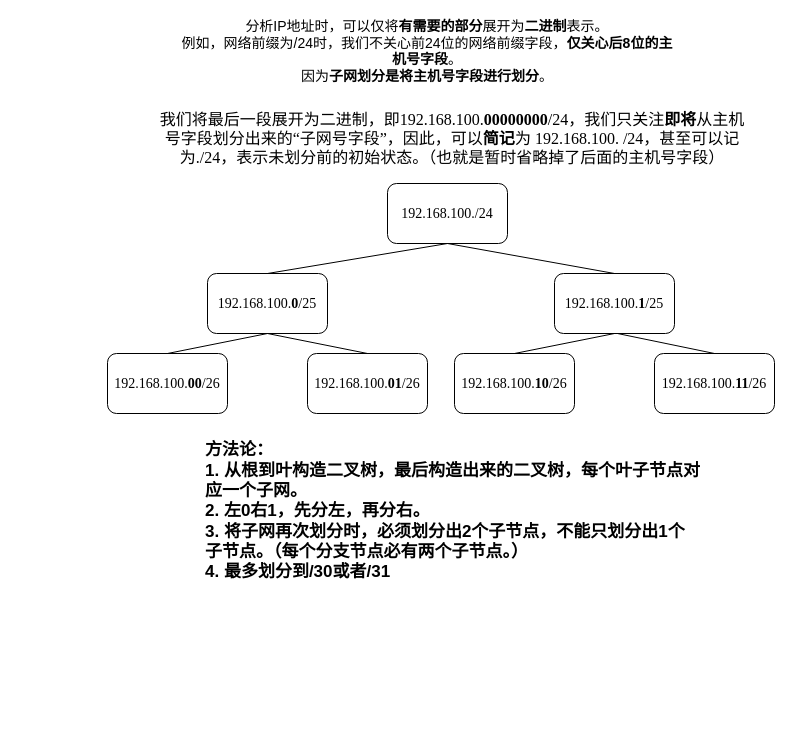
Above: 绘图/变长掩码子网划分.drawio in galaxynn/PostgraduateEntranceExams (draw.io), before the change. Source tidied: cells renumbered, new cells numbered last; positions are measured from the earlier drawing's top-left corner, leaving out a move shared by most shapes. Both pictures are drawn from the tidied source at 100%, with x=0, y=0 at pixel (107, 23).
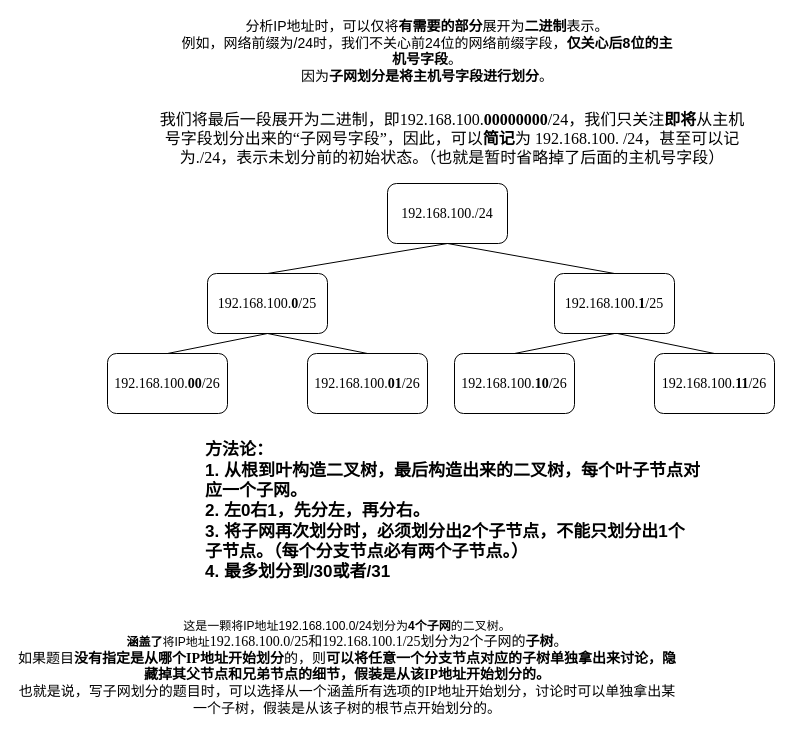
After the change.

Commit message:
vault backup: 2026-09-27 18:59:29

What changed in the source:
```diff
@@
 <mxGraphModel>
   <root>
     <mxCell id="0" />
     <mxCell id="1" parent="0" />
     <mxCell id="2" value="&lt;font face=&quot;Times New Roman&quot;&gt;192.168.100./24&lt;/font&gt;" style="rounded=1;whiteSpace=wrap;html=1;fontSize=14;fontFamily=Helvetica;" parent="1" vertex="1">
       <mxGeometry x="280" y="160" width="120" height="60" as="geometry" />
     </mxCell>
     <mxCell id="3" value="&lt;font face=&quot;Times New Roman&quot;&gt;192.168.100.&lt;b&gt;0&lt;/b&gt;/25&lt;/font&gt;" style="rounded=1;whiteSpace=wrap;html=1;fontSize=14;fontFamily=Helvetica;" parent="1" vertex="1">
       <mxGeometry x="100" y="250" width="120" height="60" as="geometry" />
     </mxCell>
     <mxCell id="4" value="&lt;font style=&quot;font-size: 14px;&quot;&gt;分析IP地址时，可以仅将&lt;b style=&quot;&quot;&gt;有需要的部分&lt;/b&gt;展开为&lt;b style=&quot;&quot;&gt;二进制&lt;/b&gt;表示。&lt;br&gt;例如，网络前缀为/24时，我们不关心前24位的网络前缀字段，&lt;b style=&quot;&quot;&gt;仅关心后8位的主机号字段&lt;/b&gt;。&lt;br&gt;因为&lt;b style=&quot;&quot;&gt;子网划分是将主机号字段进行划分&lt;/b&gt;。&lt;/font&gt;&lt;div&gt;&lt;br&gt;&lt;/div&gt;" style="text;html=1;align=center;verticalAlign=middle;whiteSpace=wrap;rounded=0;" parent="1" vertex="1">
       <mxGeometry x="70" width="500" height="70" as="geometry" />
     </mxCell>
     <mxCell id="5" value="&lt;span style=&quot;font-family: &amp;quot;Times New Roman&amp;quot;;&quot;&gt;&lt;font style=&quot;font-size: 16px;&quot;&gt;我们将最后一段展开为二进制，即192.168.100.&lt;b style=&quot;&quot;&gt;00000000&lt;/b&gt;/24，我们只关注&lt;b&gt;即将&lt;/b&gt;从主机号字段划分出来的“子网号字段”，因此，可以&lt;b&gt;简记&lt;/b&gt;为 192.168.100.&lt;b style=&quot;&quot;&gt; &lt;/b&gt;/24，甚至可以记为./24，表示未划分前的初始状态。（也就是暂时省略掉了后面的主机号字段）&lt;/font&gt;&lt;/span&gt;" style="text;html=1;align=center;verticalAlign=middle;whiteSpace=wrap;rounded=0;" parent="1" vertex="1">
       <mxGeometry x="50" y="90" width="590" height="50" as="geometry" />
     </mxCell>
     <mxCell id="6" value="&lt;font face=&quot;Times New Roman&quot;&gt;192.168.100.&lt;b&gt;00&lt;/b&gt;/26&lt;/font&gt;" style="rounded=1;whiteSpace=wrap;html=1;fontSize=14;fontFamily=Helvetica;" parent="1" vertex="1">
       <mxGeometry y="330" width="120" height="60" as="geometry" />
     </mxCell>
     <mxCell id="7" value="&lt;font face=&quot;Times New Roman&quot;&gt;192.168.100.&lt;b&gt;01&lt;/b&gt;/26&lt;/font&gt;" style="rounded=1;whiteSpace=wrap;html=1;fontSize=14;fontFamily=Helvetica;" parent="1" vertex="1">
       <mxGeometry x="200" y="330" width="120" height="60" as="geometry" />
     </mxCell>
     <mxCell id="8" value="&lt;font face=&quot;Times New Roman&quot;&gt;192.168.100.&lt;b&gt;1&lt;/b&gt;/25&lt;/font&gt;" style="rounded=1;whiteSpace=wrap;html=1;fontSize=14;fontFamily=Helvetica;" parent="1" vertex="1">
       <mxGeometry x="447" y="250" width="120" height="60" as="geometry" />
     </mxCell>
     <mxCell id="9" value="&lt;font face=&quot;Times New Roman&quot;&gt;192.168.100.&lt;b&gt;10&lt;/b&gt;/26&lt;/font&gt;" style="rounded=1;whiteSpace=wrap;html=1;fontSize=14;fontFamily=Helvetica;" parent="1" vertex="1">
       <mxGeometry x="347" y="330" width="120" height="60" as="geometry" />
     </mxCell>
     <mxCell id="10" value="&lt;font face=&quot;Times New Roman&quot;&gt;192.168.100.&lt;b&gt;11&lt;/b&gt;/26&lt;/font&gt;" style="rounded=1;whiteSpace=wrap;html=1;fontSize=14;fontFamily=Helvetica;" parent="1" vertex="1">
       <mxGeometry x="547" y="330" width="120" height="60" as="geometry" />
     </mxCell>
     <mxCell id="11" style="endArrow=none;html=1;rounded=0;exitX=0.5;exitY=0;exitDx=0;exitDy=0;entryX=0.5;entryY=1;entryDx=0;entryDy=0;" parent="1" edge="1" source="3" target="2">
       <mxGeometry relative="1" as="geometry" />
     </mxCell>
     <mxCell id="12" style="endArrow=none;html=1;rounded=0;exitX=0.5;exitY=0;exitDx=0;exitDy=0;entryX=0.5;entryY=1;entryDx=0;entryDy=0;" parent="1" edge="1" source="8" target="2">
       <mxGeometry relative="1" as="geometry" />
     </mxCell>
     <mxCell id="13" style="endArrow=none;html=1;rounded=0;exitX=0.5;exitY=0;exitDx=0;exitDy=0;entryX=0.5;entryY=1;entryDx=0;entryDy=0;" parent="1" edge="1" source="6" target="3">
       <mxGeometry relative="1" as="geometry" />
     </mxCell>
     <mxCell id="14" style="endArrow=none;html=1;rounded=0;exitX=0.5;exitY=0;exitDx=0;exitDy=0;entryX=0.5;entryY=1;entryDx=0;entryDy=0;" parent="1" edge="1" source="7" target="3">
       <mxGeometry relative="1" as="geometry" />
     </mxCell>
     <mxCell id="15" style="endArrow=none;html=1;rounded=0;exitX=0.5;exitY=0;exitDx=0;exitDy=0;entryX=0.5;entryY=1;entryDx=0;entryDy=0;" parent="1" edge="1" source="9" target="8">
       <mxGeometry relative="1" as="geometry" />
     </mxCell>
     <mxCell id="16" style="endArrow=none;html=1;rounded=0;exitX=0.5;exitY=0;exitDx=0;exitDy=0;" parent="1" edge="1" source="10">
       <mxGeometry relative="1" as="geometry">
         <mxPoint x="510" y="310" as="targetPoint" />
       </mxGeometry>
     </mxCell>
     <mxCell id="17" value="&lt;font style=&quot;font-size: 17px;&quot; face=&quot;华文中宋&quot;&gt;&lt;b&gt;方法论：&lt;br&gt;1. 从根到叶构造二叉树，最后构造出来的二叉树，每个叶子节点对应一个子网。&lt;br&gt;2. 左0右1，先分左，再分右。&lt;br&gt;3. 将子网再次划分时，必须划分出2个子节点，不能只划分出1个子节点。（&lt;/b&gt;&lt;/font&gt;&lt;b style=&quot;font-family: 华文中宋; font-size: 17px;&quot;&gt;每个分支节点必有两个子节点。&lt;/b&gt;&lt;font style=&quot;font-size: 17px;&quot; face=&quot;华文中宋&quot;&gt;&lt;b&gt;）&lt;br&gt;4. 最多划分到/30或者/31&lt;/b&gt;&lt;/font&gt;" style="text;html=1;align=left;verticalAlign=middle;whiteSpace=wrap;rounded=0;" parent="1" vertex="1">
       <mxGeometry x="96" y="410" width="498" height="155" as="geometry" />
     </mxCell>
+    <mxCell id="18" value="这是一颗将IP地址192.168.100.0/24划分为&lt;b&gt;4个子网&lt;/b&gt;的二叉树。&lt;br&gt;&lt;b&gt;涵盖了&lt;/b&gt;将IP地址&lt;span style=&quot;font-family: &amp;quot;Times New Roman&amp;quot;; font-size: 14px;&quot;&gt;192.168.100.0&lt;/span&gt;&lt;span style=&quot;font-family: &amp;quot;Times New Roman&amp;quot;; font-size: 14px;&quot;&gt;/25和&lt;/span&gt;&lt;span style=&quot;font-family: &amp;quot;Times New Roman&amp;quot;; font-size: 14px;&quot;&gt;192.168.100.&lt;/span&gt;&lt;span style=&quot;font-family: &amp;quot;Times New Roman&amp;quot;; font-size: 14px;&quot;&gt;1&lt;/span&gt;&lt;span style=&quot;font-family: &amp;quot;Times New Roman&amp;quot;; font-size: 14px;&quot;&gt;/25划分为2个子网的&lt;b&gt;子树&lt;/b&gt;。&lt;br&gt;&lt;/span&gt;&lt;span style=&quot;font-family: &amp;quot;Times New Roman&amp;quot;; font-size: 14px;&quot;&gt;如果题目&lt;b&gt;没有指定是从哪个IP地址开始划分&lt;/b&gt;的，则&lt;b&gt;可以将任意一个分支节点对应的子树单独拿出来讨论，隐藏掉其父节点和兄弟节点的细节，假装是从该IP地址开始划分的。&lt;br&gt;&lt;/b&gt;&lt;/span&gt;&lt;span style=&quot;font-family: &amp;quot;Times New Roman&amp;quot;; font-size: 14px;&quot;&gt;也就是说，写子网划分的题目时，可以选择从一个涵盖所有选项的IP地址开始划分，讨论时可以单独拿出某一个子树，假装是从该子树的根节点开始划分的。&lt;/span&gt;" style="text;html=1;align=center;verticalAlign=middle;whiteSpace=wrap;rounded=0;" parent="1" vertex="1">
+      <mxGeometry x="-90" y="600" width="660" height="90" as="geometry" />
+    </mxCell>
   </root>
 </mxGraphModel>
```
